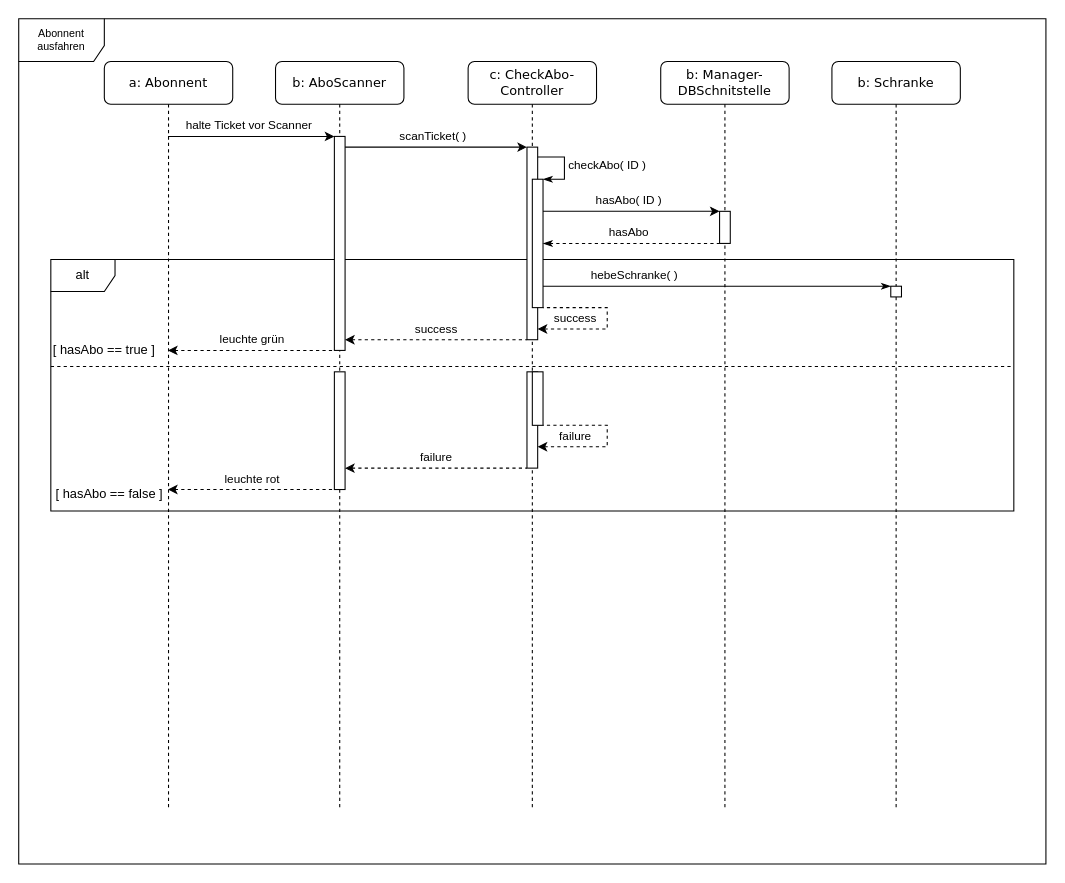
This is f(u)ml/Sequence_Diagrams/LaHMa-Abonnent_ausfahren-sequence_diagram.drawio from Filsball/LaHMa_Carpark, a draw.io file, before an edit. Source tidied: cells renumbered, new cells numbered last; positions are measured from the earlier drawing's top-left corner, leaving out a move shared by most shapes. Both pictures are drawn from the tidied source at 107%, with x=0, y=0 at pixel (18, 18).
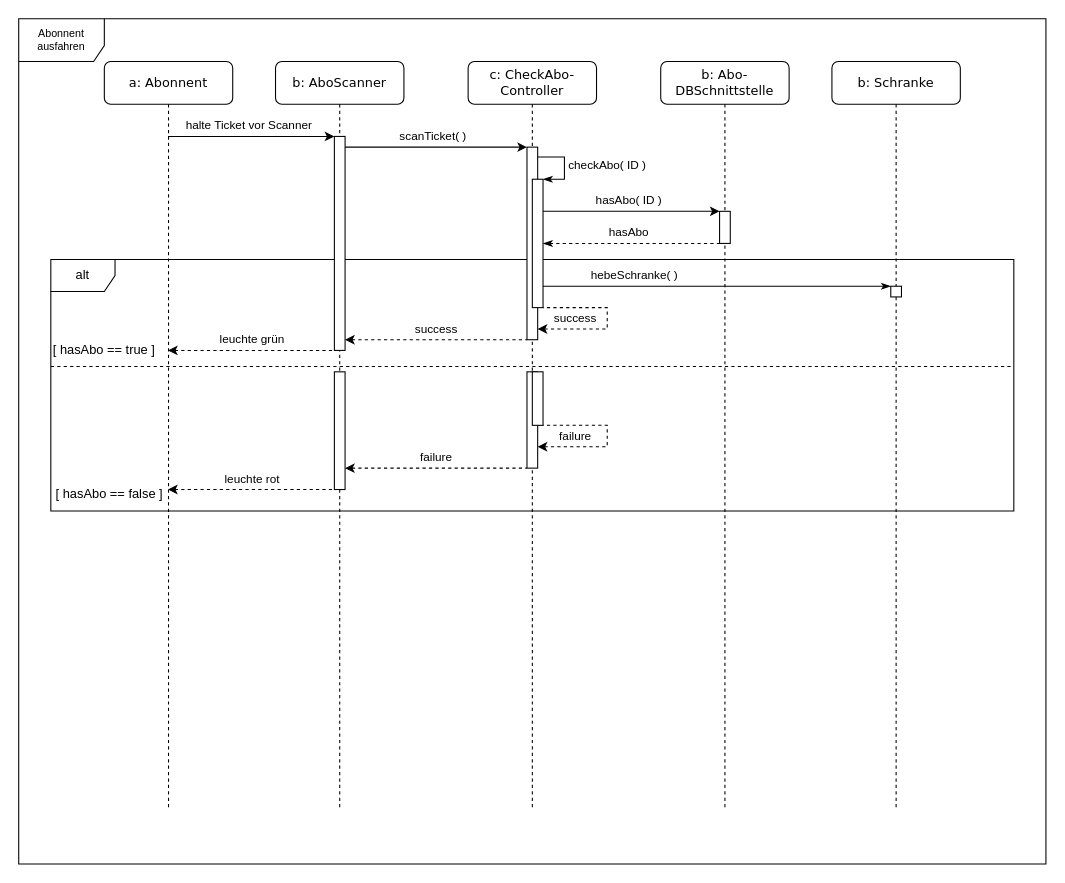
The same diagram, later.

Commit message (it also covers changes not shown here):
Fehler in Abonnent ein-/ausfahren behoben: Falsche DBSchnittstelle angegeben

Diff of the diagram source:
```diff
@@
-    <mxCell id="4" value="b: Manager-DBSchnitstelle&lt;br&gt;" style="shape=umlLifeline;perimeter=lifelinePerimeter;whiteSpace=wrap;html=1;rounded=1;shadow=0;comic=0;labelBackgroundColor=none;strokeColor=#000000;strokeWidth=1;fillColor=#FFFFFF;fontFamily=Verdana;fontSize=12;fontColor=#000000;align=center;perimeterSpacing=0;glass=0;size=40;overflow=visible;noLabel=0;labelPadding=0;direction=east;fixDash=0;" parent="1" vertex="1">
+    <mxCell id="4" value="b: Abo-DBSchnittstelle&lt;br&gt;" style="shape=umlLifeline;perimeter=lifelinePerimeter;whiteSpace=wrap;html=1;rounded=1;shadow=0;comic=0;labelBackgroundColor=none;strokeColor=#000000;strokeWidth=1;fillColor=#FFFFFF;fontFamily=Verdana;fontSize=12;fontColor=#000000;align=center;perimeterSpacing=0;glass=0;size=40;overflow=visible;noLabel=0;labelPadding=0;direction=east;fixDash=0;" parent="1" vertex="1">
       <mxGeometry x="600" y="40" width="120" height="700" as="geometry" />
     </mxCell>
```
